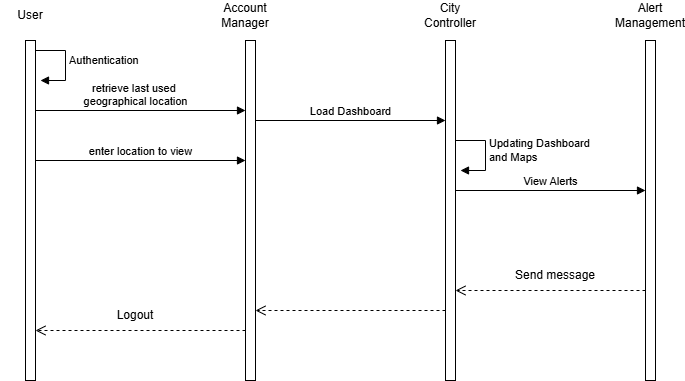
Before: ImagesD3/BE4 Sequence Diagram.png, a diagram exported from draw.io (vanessa-laii/3A04-T01-Group4). Source tidied: cells renumbered, new cells last; positions are measured from the earlier drawing's top-left corner, leaving out a move shared by most shapes. Source of this version:
```xml
<mxGraphModel>
  <root>
    <mxCell id="0" />
    <mxCell id="1" parent="0" />
    <mxCell id="2" style="html=1;perimeter=orthogonalPerimeter;targetShapes=umlLifeline;newEdgeStyle={&quot;curved&quot;:0,&quot;rounded&quot;:0};" parent="1" vertex="1">
      <mxGeometry x="25" y="40" width="10" height="340" as="geometry" />
    </mxCell>
    <mxCell id="3" value="User" style="text;html=1;whiteSpace=wrap;strokeColor=none;fillColor=none;align=center;verticalAlign=middle;rounded=0;" parent="1" vertex="1">
      <mxGeometry width="60" height="30" as="geometry" />
    </mxCell>
    <mxCell id="4" value="Account Manager" style="text;html=1;whiteSpace=wrap;strokeColor=none;fillColor=none;align=center;verticalAlign=middle;rounded=0;" parent="1" vertex="1">
      <mxGeometry x="215" width="60" height="30" as="geometry" />
    </mxCell>
    <mxCell id="5" style="html=1;points=[[0,0,0,0,5],[0,1,0,0,-5],[1,0,0,0,5],[1,1,0,0,-5]];perimeter=orthogonalPerimeter;outlineConnect=0;targetShapes=umlLifeline;portConstraint=eastwest;newEdgeStyle={&quot;curved&quot;:0,&quot;rounded&quot;:0};" parent="1" vertex="1">
      <mxGeometry x="245" y="40" width="10" height="340" as="geometry" />
    </mxCell>
    <mxCell id="6" value="retrieve last used&amp;nbsp;&lt;div&gt;geographical location&lt;/div&gt;" style="html=1;verticalAlign=bottom;endArrow=block;curved=0;rounded=0;entryX=0;entryY=0;entryDx=0;entryDy=5;exitX=1;exitY=0;exitDx=0;exitDy=5;exitPerimeter=0;" parent="1" edge="1">
      <mxGeometry x="-0.05" relative="1" as="geometry">
        <mxPoint x="35" y="110" as="sourcePoint" />
        <mxPoint x="245" y="110" as="targetPoint" />
      </mxGeometry>
    </mxCell>
    <mxCell id="7" style="html=1;verticalAlign=bottom;endArrow=open;dashed=1;endSize=8;curved=0;rounded=0;exitX=0;exitY=1;exitDx=0;exitDy=-5;entryX=1;entryY=1;entryDx=0;entryDy=-5;entryPerimeter=0;" parent="1" edge="1">
      <mxGeometry relative="1" as="geometry">
        <mxPoint x="245" y="330" as="sourcePoint" />
        <mxPoint x="35" y="330" as="targetPoint" />
      </mxGeometry>
    </mxCell>
    <mxCell id="8" style="html=1;perimeter=orthogonalPerimeter;targetShapes=umlLifeline;newEdgeStyle={&quot;curved&quot;:0,&quot;rounded&quot;:0};" parent="1" vertex="1">
      <mxGeometry x="445" y="40" width="10" height="340" as="geometry" />
    </mxCell>
    <mxCell id="9" value="Load Dashboard" style="html=1;verticalAlign=bottom;endArrow=block;curved=0;rounded=0;entryX=0;entryY=0;entryDx=0;entryDy=5;" parent="1" edge="1">
      <mxGeometry relative="1" as="geometry">
        <mxPoint x="255" y="120" as="sourcePoint" />
        <mxPoint x="445" y="120" as="targetPoint" />
      </mxGeometry>
    </mxCell>
    <mxCell id="10" style="html=1;verticalAlign=bottom;endArrow=open;dashed=1;endSize=8;curved=0;rounded=0;exitX=0;exitY=1;exitDx=0;exitDy=-5;" parent="1" edge="1">
      <mxGeometry relative="1" as="geometry">
        <mxPoint x="445" y="310" as="sourcePoint" />
        <mxPoint x="255" y="310" as="targetPoint" />
      </mxGeometry>
    </mxCell>
    <mxCell id="11" value="City Controller" style="text;html=1;whiteSpace=wrap;strokeColor=none;fillColor=none;align=center;verticalAlign=middle;rounded=0;" parent="1" vertex="1">
      <mxGeometry x="420" width="60" height="30" as="geometry" />
    </mxCell>
    <mxCell id="12" value=" " style="html=1;perimeter=orthogonalPerimeter;targetShapes=umlLifeline;newEdgeStyle={&quot;curved&quot;:0,&quot;rounded&quot;:0};" parent="1" vertex="1">
      <mxGeometry x="645" y="40" width="10" height="340" as="geometry" />
    </mxCell>
    <mxCell id="13" value="View Alerts" style="html=1;verticalAlign=bottom;endArrow=block;curved=0;rounded=0;entryX=0;entryY=0;entryDx=0;entryDy=5;" parent="1" edge="1">
      <mxGeometry relative="1" as="geometry">
        <mxPoint x="455" y="190" as="sourcePoint" />
        <mxPoint x="645" y="190" as="targetPoint" />
      </mxGeometry>
    </mxCell>
    <mxCell id="14" style="html=1;verticalAlign=bottom;endArrow=open;dashed=1;endSize=8;curved=0;rounded=0;exitX=0;exitY=1;exitDx=0;exitDy=-5;" parent="1" edge="1">
      <mxGeometry relative="1" as="geometry">
        <mxPoint x="645" y="290" as="sourcePoint" />
        <mxPoint x="455" y="290" as="targetPoint" />
      </mxGeometry>
    </mxCell>
    <mxCell id="15" value="Alert Management" style="text;html=1;whiteSpace=wrap;strokeColor=none;fillColor=none;align=center;verticalAlign=middle;rounded=0;" parent="1" vertex="1">
      <mxGeometry x="620" width="60" height="30" as="geometry" />
    </mxCell>
    <mxCell id="16" value="Authentication" style="html=1;align=left;spacingLeft=2;endArrow=block;rounded=0;edgeStyle=orthogonalEdgeStyle;curved=0;rounded=0;" parent="1" edge="1">
      <mxGeometry x="-0.06" relative="1" as="geometry">
        <mxPoint x="35" y="50" as="sourcePoint" />
        <mxPoint x="40" y="80" as="targetPoint" />
        <Array as="points">
          <mxPoint x="65" y="80" />
        </Array>
      </mxGeometry>
    </mxCell>
    <mxCell id="17" value="enter location to view" style="html=1;verticalAlign=bottom;endArrow=block;curved=0;rounded=0;" parent="1" edge="1" target="5">
      <mxGeometry relative="1" as="geometry">
        <mxPoint x="35" y="160" as="sourcePoint" />
      </mxGeometry>
    </mxCell>
    <mxCell id="18" value="Send message" style="text;html=1;whiteSpace=wrap;strokeColor=none;fillColor=none;align=center;verticalAlign=middle;rounded=0;" parent="1" vertex="1">
      <mxGeometry x="505" y="260" width="100" height="30" as="geometry" />
    </mxCell>
    <mxCell id="19" value="Updating Dashboard&lt;div&gt;and Maps&lt;/div&gt;" style="html=1;align=left;spacingLeft=2;endArrow=block;rounded=0;edgeStyle=orthogonalEdgeStyle;curved=0;rounded=0;" parent="1" edge="1">
      <mxGeometry x="-0.06" relative="1" as="geometry">
        <mxPoint x="455" y="140" as="sourcePoint" />
        <mxPoint x="460" y="170" as="targetPoint" />
        <Array as="points">
          <mxPoint x="485" y="140" />
          <mxPoint x="485" y="170" />
        </Array>
      </mxGeometry>
    </mxCell>
    <mxCell id="20" value="Logout" style="text;html=1;whiteSpace=wrap;strokeColor=none;fillColor=none;align=center;verticalAlign=middle;rounded=0;" parent="1" vertex="1">
      <mxGeometry x="105" y="300" width="60" height="30" as="geometry" />
    </mxCell>
  </root>
</mxGraphModel>
```
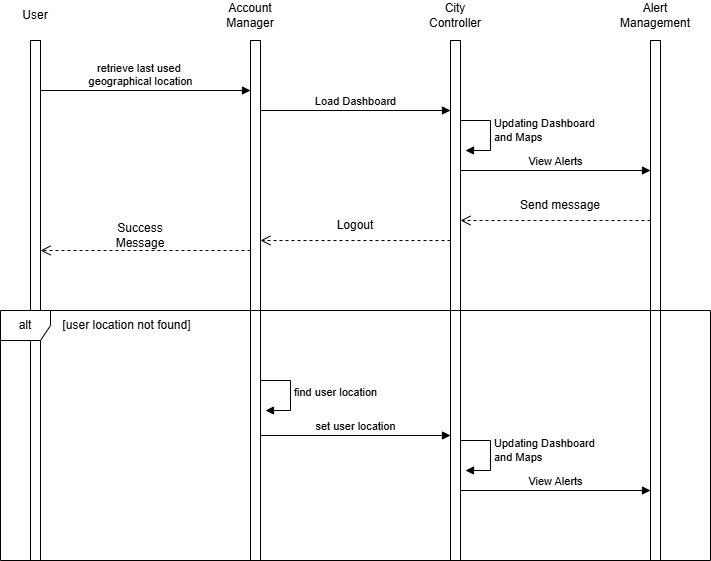
Later version of the same file.

What changed in the source:
```diff
@@ -3,7 +3,7 @@
     <mxCell id="0" />
     <mxCell id="1" parent="0" />
     <mxCell id="2" style="html=1;perimeter=orthogonalPerimeter;targetShapes=umlLifeline;newEdgeStyle={&quot;curved&quot;:0,&quot;rounded&quot;:0};" parent="1" vertex="1">
-      <mxGeometry x="25" y="40" width="10" height="340" as="geometry" />
+      <mxGeometry x="25" y="40" width="10" height="520" as="geometry" />
     </mxCell>
     <mxCell id="3" value="User" style="text;html=1;whiteSpace=wrap;strokeColor=none;fillColor=none;align=center;verticalAlign=middle;rounded=0;" parent="1" vertex="1">
       <mxGeometry width="60" height="30" as="geometry" />
@@ -12,85 +12,111 @@
       <mxGeometry x="215" width="60" height="30" as="geometry" />
     </mxCell>
     <mxCell id="5" style="html=1;points=[[0,0,0,0,5],[0,1,0,0,-5],[1,0,0,0,5],[1,1,0,0,-5]];perimeter=orthogonalPerimeter;outlineConnect=0;targetShapes=umlLifeline;portConstraint=eastwest;newEdgeStyle={&quot;curved&quot;:0,&quot;rounded&quot;:0};" parent="1" vertex="1">
-      <mxGeometry x="245" y="40" width="10" height="340" as="geometry" />
+      <mxGeometry x="245" y="40" width="10" height="520" as="geometry" />
     </mxCell>
     <mxCell id="6" value="retrieve last used&amp;nbsp;&lt;div&gt;geographical location&lt;/div&gt;" style="html=1;verticalAlign=bottom;endArrow=block;curved=0;rounded=0;entryX=0;entryY=0;entryDx=0;entryDy=5;exitX=1;exitY=0;exitDx=0;exitDy=5;exitPerimeter=0;" parent="1" edge="1">
       <mxGeometry x="-0.05" relative="1" as="geometry">
-        <mxPoint x="35" y="110" as="sourcePoint" />
-        <mxPoint x="245" y="110" as="targetPoint" />
+        <mxPoint x="35" y="90" as="sourcePoint" />
+        <mxPoint x="245" y="90" as="targetPoint" />
       </mxGeometry>
     </mxCell>
     <mxCell id="7" style="html=1;verticalAlign=bottom;endArrow=open;dashed=1;endSize=8;curved=0;rounded=0;exitX=0;exitY=1;exitDx=0;exitDy=-5;entryX=1;entryY=1;entryDx=0;entryDy=-5;entryPerimeter=0;" parent="1" edge="1">
       <mxGeometry relative="1" as="geometry">
-        <mxPoint x="245" y="330" as="sourcePoint" />
-        <mxPoint x="35" y="330" as="targetPoint" />
+        <mxPoint x="245" y="250" as="sourcePoint" />
+        <mxPoint x="35" y="250" as="targetPoint" />
       </mxGeometry>
     </mxCell>
     <mxCell id="8" style="html=1;perimeter=orthogonalPerimeter;targetShapes=umlLifeline;newEdgeStyle={&quot;curved&quot;:0,&quot;rounded&quot;:0};" parent="1" vertex="1">
-      <mxGeometry x="445" y="40" width="10" height="340" as="geometry" />
+      <mxGeometry x="445" y="40" width="10" height="520" as="geometry" />
     </mxCell>
     <mxCell id="9" value="Load Dashboard" style="html=1;verticalAlign=bottom;endArrow=block;curved=0;rounded=0;entryX=0;entryY=0;entryDx=0;entryDy=5;" parent="1" edge="1">
       <mxGeometry relative="1" as="geometry">
-        <mxPoint x="255" y="120" as="sourcePoint" />
-        <mxPoint x="445" y="120" as="targetPoint" />
+        <mxPoint x="255" y="110" as="sourcePoint" />
+        <mxPoint x="445" y="110" as="targetPoint" />
       </mxGeometry>
     </mxCell>
     <mxCell id="10" style="html=1;verticalAlign=bottom;endArrow=open;dashed=1;endSize=8;curved=0;rounded=0;exitX=0;exitY=1;exitDx=0;exitDy=-5;" parent="1" edge="1">
       <mxGeometry relative="1" as="geometry">
-        <mxPoint x="445" y="310" as="sourcePoint" />
-        <mxPoint x="255" y="310" as="targetPoint" />
+        <mxPoint x="445" y="240" as="sourcePoint" />
+        <mxPoint x="255" y="240" as="targetPoint" />
       </mxGeometry>
     </mxCell>
     <mxCell id="11" value="City Controller" style="text;html=1;whiteSpace=wrap;strokeColor=none;fillColor=none;align=center;verticalAlign=middle;rounded=0;" parent="1" vertex="1">
       <mxGeometry x="420" width="60" height="30" as="geometry" />
     </mxCell>
     <mxCell id="12" value=" " style="html=1;perimeter=orthogonalPerimeter;targetShapes=umlLifeline;newEdgeStyle={&quot;curved&quot;:0,&quot;rounded&quot;:0};" parent="1" vertex="1">
-      <mxGeometry x="645" y="40" width="10" height="340" as="geometry" />
+      <mxGeometry x="645" y="40" width="10" height="520" as="geometry" />
     </mxCell>
     <mxCell id="13" value="View Alerts" style="html=1;verticalAlign=bottom;endArrow=block;curved=0;rounded=0;entryX=0;entryY=0;entryDx=0;entryDy=5;" parent="1" edge="1">
       <mxGeometry relative="1" as="geometry">
-        <mxPoint x="455" y="190" as="sourcePoint" />
-        <mxPoint x="645" y="190" as="targetPoint" />
+        <mxPoint x="455" y="170" as="sourcePoint" />
+        <mxPoint x="645" y="170" as="targetPoint" />
       </mxGeometry>
     </mxCell>
     <mxCell id="14" style="html=1;verticalAlign=bottom;endArrow=open;dashed=1;endSize=8;curved=0;rounded=0;exitX=0;exitY=1;exitDx=0;exitDy=-5;" parent="1" edge="1">
       <mxGeometry relative="1" as="geometry">
-        <mxPoint x="645" y="290" as="sourcePoint" />
-        <mxPoint x="455" y="290" as="targetPoint" />
+        <mxPoint x="645" y="220" as="sourcePoint" />
+        <mxPoint x="455" y="220" as="targetPoint" />
       </mxGeometry>
     </mxCell>
     <mxCell id="15" value="Alert Management" style="text;html=1;whiteSpace=wrap;strokeColor=none;fillColor=none;align=center;verticalAlign=middle;rounded=0;" parent="1" vertex="1">
       <mxGeometry x="620" width="60" height="30" as="geometry" />
     </mxCell>
-    <mxCell id="16" value="Authentication" style="html=1;align=left;spacingLeft=2;endArrow=block;rounded=0;edgeStyle=orthogonalEdgeStyle;curved=0;rounded=0;" parent="1" edge="1">
-      <mxGeometry x="-0.06" relative="1" as="geometry">
-        <mxPoint x="35" y="50" as="sourcePoint" />
-        <mxPoint x="40" y="80" as="targetPoint" />
-        <Array as="points">
-          <mxPoint x="65" y="80" />
-        </Array>
-      </mxGeometry>
-    </mxCell>
-    <mxCell id="17" value="enter location to view" style="html=1;verticalAlign=bottom;endArrow=block;curved=0;rounded=0;" parent="1" edge="1" target="5">
-      <mxGeometry relative="1" as="geometry">
-        <mxPoint x="35" y="160" as="sourcePoint" />
-      </mxGeometry>
-    </mxCell>
     <mxCell id="18" value="Send message" style="text;html=1;whiteSpace=wrap;strokeColor=none;fillColor=none;align=center;verticalAlign=middle;rounded=0;" parent="1" vertex="1">
-      <mxGeometry x="505" y="260" width="100" height="30" as="geometry" />
+      <mxGeometry x="505" y="190" width="100" height="30" as="geometry" />
     </mxCell>
     <mxCell id="19" value="Updating Dashboard&lt;div&gt;and Maps&lt;/div&gt;" style="html=1;align=left;spacingLeft=2;endArrow=block;rounded=0;edgeStyle=orthogonalEdgeStyle;curved=0;rounded=0;" parent="1" edge="1">
       <mxGeometry x="-0.06" relative="1" as="geometry">
-        <mxPoint x="455" y="140" as="sourcePoint" />
-        <mxPoint x="460" y="170" as="targetPoint" />
+        <mxPoint x="455" y="120" as="sourcePoint" />
+        <mxPoint x="460" y="150" as="targetPoint" />
         <Array as="points">
-          <mxPoint x="485" y="140" />
-          <mxPoint x="485" y="170" />
+          <mxPoint x="485" y="120" />
+          <mxPoint x="485" y="150" />
         </Array>
       </mxGeometry>
     </mxCell>
-    <mxCell id="20" value="Logout" style="text;html=1;whiteSpace=wrap;strokeColor=none;fillColor=none;align=center;verticalAlign=middle;rounded=0;" parent="1" vertex="1">
-      <mxGeometry x="105" y="300" width="60" height="30" as="geometry" />
+    <mxCell id="20" value="Success Message" style="text;html=1;whiteSpace=wrap;strokeColor=none;fillColor=none;align=center;verticalAlign=middle;rounded=0;" parent="1" vertex="1">
+      <mxGeometry x="105" y="220" width="60" height="30" as="geometry" />
     </mxCell>
+    <mxCell id="21" value="alt" style="shape=umlFrame;whiteSpace=wrap;html=1;width=50;" parent="1" vertex="1">
+      <mxGeometry x="-5" y="310" width="710" height="250" as="geometry" />
+    </mxCell>
+    <mxCell id="22" value="[user location not found]" style="text;html=1;whiteSpace=wrap;strokeColor=none;fillColor=none;align=center;verticalAlign=middle;rounded=0;" parent="21" vertex="1">
+      <mxGeometry x="60" width="133" height="30" as="geometry" />
+    </mxCell>
+    <mxCell id="23" value="find user location" style="html=1;align=left;spacingLeft=2;endArrow=block;rounded=0;edgeStyle=orthogonalEdgeStyle;curved=0;rounded=0;" parent="21" edge="1">
+      <mxGeometry x="-0.01" relative="1" as="geometry">
+        <mxPoint x="260" y="70" as="sourcePoint" />
+        <mxPoint x="265" y="100" as="targetPoint" />
+        <Array as="points">
+          <mxPoint x="290" y="100" />
+        </Array>
+      </mxGeometry>
+    </mxCell>
+    <mxCell id="24" value="&lt;span style=&quot;text-align: left;&quot;&gt;set user location&lt;/span&gt;" style="html=1;verticalAlign=bottom;endArrow=block;curved=0;rounded=0;" parent="21" edge="1">
+      <mxGeometry relative="1" as="geometry">
+        <mxPoint x="260" y="125" as="sourcePoint" />
+        <mxPoint x="450" y="125" as="targetPoint" />
+      </mxGeometry>
+    </mxCell>
+    <mxCell id="25" value="Updating Dashboard&lt;div&gt;and Maps&lt;/div&gt;" style="html=1;align=left;spacingLeft=2;endArrow=block;rounded=0;edgeStyle=orthogonalEdgeStyle;curved=0;rounded=0;" parent="21" edge="1">
+      <mxGeometry x="-0.06" relative="1" as="geometry">
+        <mxPoint x="460" y="130" as="sourcePoint" />
+        <mxPoint x="465" y="160" as="targetPoint" />
+        <Array as="points">
+          <mxPoint x="490" y="130" />
+          <mxPoint x="490" y="160" />
+        </Array>
+      </mxGeometry>
+    </mxCell>
+    <mxCell id="26" value="View Alerts" style="html=1;verticalAlign=bottom;endArrow=block;curved=0;rounded=0;entryX=0;entryY=0;entryDx=0;entryDy=5;" parent="21" edge="1">
+      <mxGeometry relative="1" as="geometry">
+        <mxPoint x="460" y="180" as="sourcePoint" />
+        <mxPoint x="650" y="180" as="targetPoint" />
+      </mxGeometry>
+    </mxCell>
+    <mxCell id="27" value="Logout" style="text;html=1;whiteSpace=wrap;strokeColor=none;fillColor=none;align=center;verticalAlign=middle;rounded=0;" parent="1" vertex="1">
+      <mxGeometry x="320" y="210" width="60" height="30" as="geometry" />
+    </mxCell>
   </root>
 </mxGraphModel>
```
